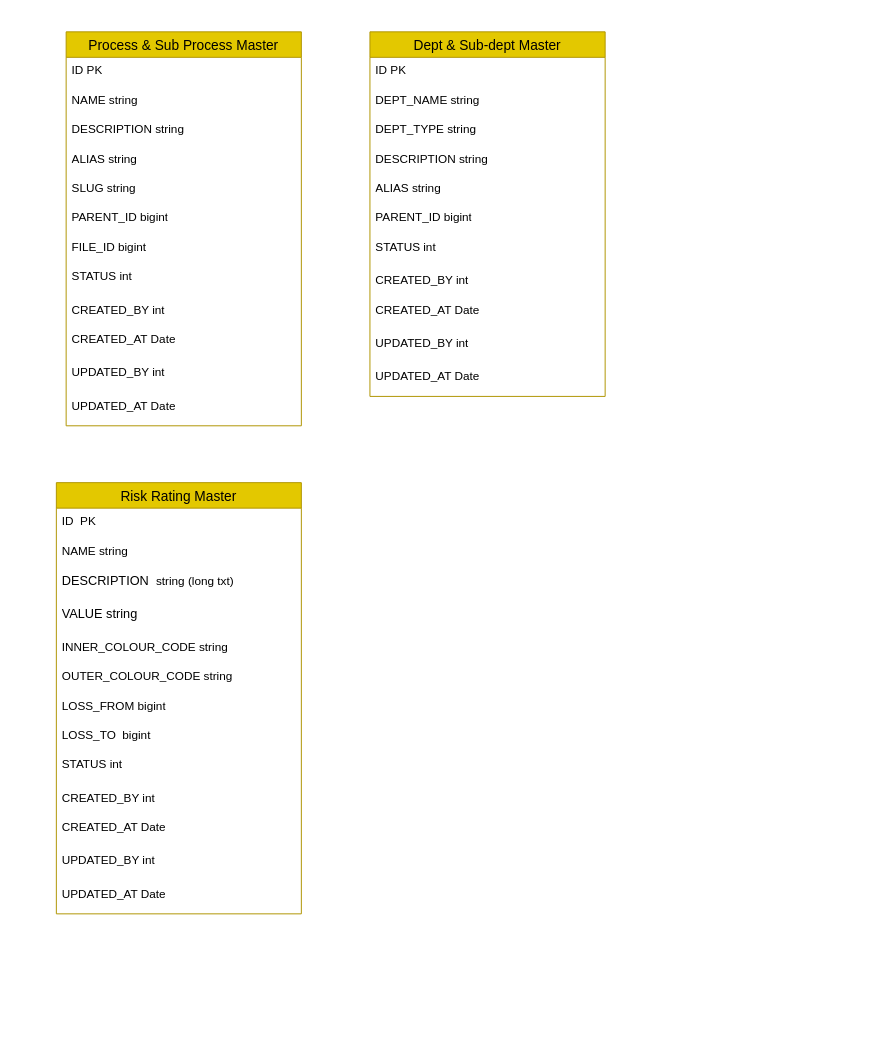
AvikM1996/draw.io keeps this draw.io diagram as ER Diagram.drawio. Above is the earlier version. Source tidied: cells renumbered, new cells numbered last; positions are measured from the earlier drawing's top-left corner, leaving out a move shared by most shapes. Both pictures are drawn from the tidied source at 98%, with x=0, y=0 at pixel (56, 31).
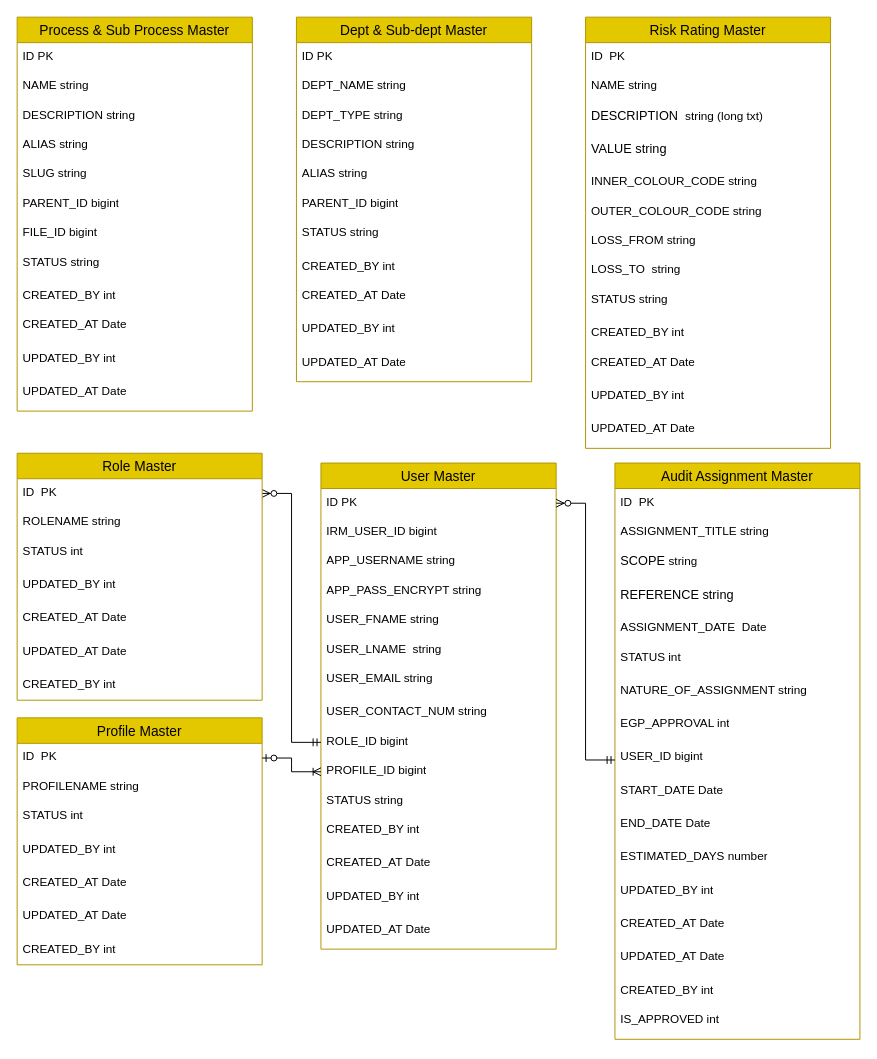
The same diagram, later.

The edit, as a diff of the source:
```diff
@@
     <mxCell id="2" value="Process &amp; Sub Process Master" style="swimlane;fontStyle=0;horizontal=1;startSize=26;align=center;fontSize=14;fillColor=#e3c800;strokeColor=#B09500;fontColor=#000000;" parent="1" vertex="1">
-      <mxGeometry x="10" width="240" height="402" as="geometry" />
+      <mxGeometry x="-40" y="-15" width="240" height="402" as="geometry" />
     </mxCell>
@@
-    <mxCell id="10" value="STATUS int" style="text;strokeColor=none;fillColor=none;spacingLeft=4;spacingRight=4;overflow=hidden;fontSize=12;whiteSpace=wrap;html=1;" parent="2" vertex="1">
+    <mxCell id="10" value="STATUS string" style="text;strokeColor=none;fillColor=none;spacingLeft=4;spacingRight=4;overflow=hidden;fontSize=12;whiteSpace=wrap;html=1;" parent="2" vertex="1">
       <mxGeometry y="236" width="240" height="34" as="geometry" />
     </mxCell>
@@
     <mxCell id="15" value="Dept &amp; Sub-dept Master" style="swimlane;fontStyle=0;horizontal=1;startSize=26;align=center;fontSize=14;fillColor=#e3c800;strokeColor=#B09500;fontColor=#000000;" parent="1" vertex="1">
-      <mxGeometry x="320" width="240" height="372" as="geometry" />
+      <mxGeometry x="245" y="-15" width="240" height="372" as="geometry" />
     </mxCell>
@@
-    <mxCell id="22" value="STATUS int" style="text;strokeColor=none;fillColor=none;spacingLeft=4;spacingRight=4;overflow=hidden;fontSize=12;whiteSpace=wrap;html=1;" parent="15" vertex="1">
+    <mxCell id="22" value="STATUS string" style="text;strokeColor=none;fillColor=none;spacingLeft=4;spacingRight=4;overflow=hidden;fontSize=12;whiteSpace=wrap;html=1;" parent="15" vertex="1">
       <mxGeometry y="206" width="240" height="34" as="geometry" />
     </mxCell>
@@
     <mxCell id="27" value="Risk Rating Master" style="swimlane;fontStyle=0;horizontal=1;startSize=26;align=center;fontSize=14;fillColor=#e3c800;strokeColor=#B09500;fontColor=#000000;" parent="1" vertex="1">
-      <mxGeometry y="460" width="250" height="440" as="geometry" />
+      <mxGeometry x="540" y="-15" width="250" height="440" as="geometry" />
     </mxCell>
@@
-    <mxCell id="34" value="LOSS_FROM bigint" style="text;strokeColor=none;fillColor=none;spacingLeft=4;spacingRight=4;overflow=hidden;fontSize=12;whiteSpace=wrap;html=1;" parent="27" vertex="1">
+    <mxCell id="34" value="LOSS_FROM string" style="text;strokeColor=none;fillColor=none;spacingLeft=4;spacingRight=4;overflow=hidden;fontSize=12;whiteSpace=wrap;html=1;" parent="27" vertex="1">
       <mxGeometry y="214" width="250" height="30" as="geometry" />
     </mxCell>
-    <mxCell id="35" value="&lt;font face=&quot;monospace&quot; color=&quot;rgba(0, 0, 0, 0)&quot;&gt;&lt;span style=&quot;font-size: 0px; text-wrap: nowrap;&quot;&gt;LOSS_TO&lt;/span&gt;&lt;/font&gt;LOSS_TO&amp;nbsp; bigint" style="text;strokeColor=none;fillColor=none;spacingLeft=4;spacingRight=4;overflow=hidden;fontSize=12;whiteSpace=wrap;html=1;" parent="27" vertex="1">
+    <mxCell id="35" value="&lt;font face=&quot;monospace&quot; color=&quot;rgba(0, 0, 0, 0)&quot;&gt;&lt;span style=&quot;font-size: 0px; text-wrap: nowrap;&quot;&gt;LOSS_TO&lt;/span&gt;&lt;/font&gt;LOSS_TO&amp;nbsp; string" style="text;strokeColor=none;fillColor=none;spacingLeft=4;spacingRight=4;overflow=hidden;fontSize=12;whiteSpace=wrap;html=1;" parent="27" vertex="1">
       <mxGeometry y="244" width="250" height="30" as="geometry" />
     </mxCell>
-    <mxCell id="36" value="STATUS int" style="text;strokeColor=none;fillColor=none;spacingLeft=4;spacingRight=4;overflow=hidden;fontSize=12;whiteSpace=wrap;html=1;" parent="27" vertex="1">
+    <mxCell id="36" value="STATUS string" style="text;strokeColor=none;fillColor=none;spacingLeft=4;spacingRight=4;overflow=hidden;fontSize=12;whiteSpace=wrap;html=1;" parent="27" vertex="1">
       <mxGeometry y="274" width="250" height="34" as="geometry" />
     </mxCell>
@@
+    <mxCell id="41" value="Audit Assignment Master" style="swimlane;fontStyle=0;horizontal=1;startSize=26;align=center;fontSize=14;fillColor=#e3c800;strokeColor=#B09500;fontColor=#000000;" parent="1" vertex="1">
+      <mxGeometry x="570" y="440" width="250" height="588" as="geometry" />
+    </mxCell>
+    <mxCell id="42" value="ID&amp;nbsp; PK" style="text;strokeColor=none;fillColor=none;spacingLeft=4;spacingRight=4;overflow=hidden;fontSize=12;whiteSpace=wrap;html=1;" parent="41" vertex="1">
+      <mxGeometry y="26" width="250" height="30" as="geometry" />
+    </mxCell>
+    <mxCell id="43" value="ASSIGNMENT_TITLE string" style="text;strokeColor=none;fillColor=none;spacingLeft=4;spacingRight=4;overflow=hidden;fontSize=12;whiteSpace=wrap;html=1;" parent="41" vertex="1">
+      <mxGeometry y="56" width="250" height="30" as="geometry" />
+    </mxCell>
+    <mxCell id="44" value="&lt;font style=&quot;&quot; size=&quot;2&quot; face=&quot;Nunito Sans, sans-serif&quot;&gt;SCOPE&amp;nbsp;&lt;/font&gt;string" style="text;strokeColor=none;fillColor=none;spacingLeft=4;spacingRight=4;overflow=hidden;fontSize=12;whiteSpace=wrap;html=1;" parent="41" vertex="1">
+      <mxGeometry y="86" width="250" height="34" as="geometry" />
+    </mxCell>
+    <mxCell id="45" value="&lt;font style=&quot;&quot; size=&quot;2&quot; face=&quot;Nunito Sans, sans-serif&quot;&gt;REFERENCE string&lt;/font&gt;" style="text;strokeColor=none;fillColor=none;spacingLeft=4;spacingRight=4;overflow=hidden;fontSize=12;whiteSpace=wrap;html=1;" parent="41" vertex="1">
+      <mxGeometry y="120" width="250" height="34" as="geometry" />
+    </mxCell>
+    <mxCell id="46" value="ASSIGNMENT_DATE&amp;nbsp; Date" style="text;strokeColor=none;fillColor=none;spacingLeft=4;spacingRight=4;overflow=hidden;fontSize=12;whiteSpace=wrap;html=1;" parent="41" vertex="1">
+      <mxGeometry y="154" width="250" height="30" as="geometry" />
+    </mxCell>
+    <mxCell id="47" value="STATUS int" style="text;strokeColor=none;fillColor=none;spacingLeft=4;spacingRight=4;overflow=hidden;fontSize=12;whiteSpace=wrap;html=1;" parent="41" vertex="1">
+      <mxGeometry y="184" width="250" height="34" as="geometry" />
+    </mxCell>
+    <mxCell id="48" value="NATURE_OF_ASSIGNMENT string" style="text;strokeColor=none;fillColor=none;spacingLeft=4;spacingRight=4;overflow=hidden;fontSize=12;whiteSpace=wrap;html=1;" parent="41" vertex="1">
+      <mxGeometry y="218" width="250" height="34" as="geometry" />
+    </mxCell>
+    <mxCell id="49" value="EGP_APPROVAL int" style="text;strokeColor=none;fillColor=none;spacingLeft=4;spacingRight=4;overflow=hidden;fontSize=12;whiteSpace=wrap;html=1;" parent="41" vertex="1">
+      <mxGeometry y="252" width="250" height="34" as="geometry" />
+    </mxCell>
+    <mxCell id="50" value="USER_ID bigint" style="text;strokeColor=none;fillColor=none;spacingLeft=4;spacingRight=4;overflow=hidden;points=[[0,0.5],[1,0.5]];portConstraint=eastwest;fontSize=12;whiteSpace=wrap;html=1;" parent="41" vertex="1">
+      <mxGeometry y="286" width="250" height="34" as="geometry" />
+    </mxCell>
+    <mxCell id="51" value="START_DATE Date" style="text;strokeColor=none;fillColor=none;spacingLeft=4;spacingRight=4;overflow=hidden;fontSize=12;whiteSpace=wrap;html=1;" parent="41" vertex="1">
+      <mxGeometry y="320" width="250" height="34" as="geometry" />
+    </mxCell>
+    <mxCell id="52" value="END_DATE Date" style="text;strokeColor=none;fillColor=none;spacingLeft=4;spacingRight=4;overflow=hidden;fontSize=12;whiteSpace=wrap;html=1;" parent="41" vertex="1">
+      <mxGeometry y="354" width="250" height="34" as="geometry" />
+    </mxCell>
+    <mxCell id="53" value="ESTIMATED_DAYS number" style="text;strokeColor=none;fillColor=none;spacingLeft=4;spacingRight=4;overflow=hidden;fontSize=12;whiteSpace=wrap;html=1;" parent="41" vertex="1">
+      <mxGeometry y="388" width="250" height="34" as="geometry" />
+    </mxCell>
+    <mxCell id="54" value="UPDATED_BY int" style="text;strokeColor=none;fillColor=none;spacingLeft=4;spacingRight=4;overflow=hidden;fontSize=12;whiteSpace=wrap;html=1;" parent="41" vertex="1">
+      <mxGeometry y="422" width="250" height="34" as="geometry" />
+    </mxCell>
+    <mxCell id="55" value="CREATED_AT Date" style="text;strokeColor=none;fillColor=none;spacingLeft=4;spacingRight=4;overflow=hidden;fontSize=12;whiteSpace=wrap;html=1;" parent="41" vertex="1">
+      <mxGeometry y="456" width="250" height="34" as="geometry" />
+    </mxCell>
+    <mxCell id="56" value="UPDATED_AT Date" style="text;strokeColor=none;fillColor=none;spacingLeft=4;spacingRight=4;overflow=hidden;fontSize=12;whiteSpace=wrap;html=1;" parent="41" vertex="1">
+      <mxGeometry y="490" width="250" height="34" as="geometry" />
+    </mxCell>
+    <mxCell id="57" value="CREATED_BY int" style="text;strokeColor=none;fillColor=none;spacingLeft=4;spacingRight=4;overflow=hidden;fontSize=12;whiteSpace=wrap;html=1;" parent="41" vertex="1">
+      <mxGeometry y="524" width="250" height="30" as="geometry" />
+    </mxCell>
+    <mxCell id="58" value="IS_APPROVED int" style="text;strokeColor=none;fillColor=none;spacingLeft=4;spacingRight=4;overflow=hidden;fontSize=12;whiteSpace=wrap;html=1;" parent="41" vertex="1">
+      <mxGeometry y="554" width="250" height="34" as="geometry" />
+    </mxCell>
+    <mxCell id="59" value="User Master" style="swimlane;fontStyle=0;horizontal=1;startSize=26;align=center;fontSize=14;fillColor=#e3c800;strokeColor=#B09500;fontColor=#000000;" parent="1" vertex="1">
+      <mxGeometry x="270" y="440" width="240" height="496" as="geometry" />
+    </mxCell>
+    <mxCell id="60" value="ID PK" style="text;strokeColor=none;fillColor=none;spacingLeft=4;spacingRight=4;overflow=hidden;points=[[0,0.5],[1,0.5]];portConstraint=eastwest;fontSize=12;whiteSpace=wrap;html=1;" parent="59" vertex="1">
+      <mxGeometry y="26" width="240" height="30" as="geometry" />
+    </mxCell>
+    <mxCell id="61" value="IRM_USER_ID bigint" style="text;strokeColor=none;fillColor=none;spacingLeft=4;spacingRight=4;overflow=hidden;fontSize=12;whiteSpace=wrap;html=1;" parent="59" vertex="1">
+      <mxGeometry y="56" width="240" height="30" as="geometry" />
+    </mxCell>
+    <mxCell id="62" value="APP_USERNAME string" style="text;strokeColor=none;fillColor=none;spacingLeft=4;spacingRight=4;overflow=hidden;fontSize=12;whiteSpace=wrap;html=1;" parent="59" vertex="1">
+      <mxGeometry y="86" width="240" height="30" as="geometry" />
+    </mxCell>
+    <mxCell id="63" value="APP_PASS_ENCRYPT string" style="text;strokeColor=none;fillColor=none;spacingLeft=4;spacingRight=4;overflow=hidden;fontSize=12;whiteSpace=wrap;html=1;" parent="59" vertex="1">
+      <mxGeometry y="116" width="240" height="30" as="geometry" />
+    </mxCell>
+    <mxCell id="64" value="USER_FNAME string" style="text;strokeColor=none;fillColor=none;spacingLeft=4;spacingRight=4;overflow=hidden;fontSize=12;whiteSpace=wrap;html=1;" parent="59" vertex="1">
+      <mxGeometry y="146" width="240" height="30" as="geometry" />
+    </mxCell>
+    <mxCell id="65" value="USER_LNAME&amp;nbsp; string" style="text;strokeColor=none;fillColor=none;spacingLeft=4;spacingRight=4;overflow=hidden;fontSize=12;whiteSpace=wrap;html=1;" parent="59" vertex="1">
+      <mxGeometry y="176" width="240" height="30" as="geometry" />
+    </mxCell>
+    <mxCell id="66" value="USER_EMAIL string" style="text;strokeColor=none;fillColor=none;spacingLeft=4;spacingRight=4;overflow=hidden;fontSize=12;whiteSpace=wrap;html=1;" parent="59" vertex="1">
+      <mxGeometry y="206" width="240" height="34" as="geometry" />
+    </mxCell>
+    <mxCell id="67" value="USER_CONTACT_NUM string" style="text;strokeColor=none;fillColor=none;spacingLeft=4;spacingRight=4;overflow=hidden;fontSize=12;whiteSpace=wrap;html=1;" parent="59" vertex="1">
+      <mxGeometry y="240" width="240" height="30" as="geometry" />
+    </mxCell>
+    <mxCell id="68" value="ROLE_ID bigint" style="text;strokeColor=none;fillColor=none;spacingLeft=4;spacingRight=4;overflow=hidden;points=[[0,0.5],[1,0.5]];portConstraint=eastwest;fontSize=12;whiteSpace=wrap;html=1;" parent="59" vertex="1">
+      <mxGeometry y="270" width="240" height="30" as="geometry" />
+    </mxCell>
+    <mxCell id="69" value="PROFILE_ID bigint" style="text;strokeColor=none;fillColor=none;spacingLeft=4;spacingRight=4;overflow=hidden;points=[[0,0.5],[1,0.5]];portConstraint=eastwest;fontSize=12;whiteSpace=wrap;html=1;" parent="59" vertex="1">
+      <mxGeometry y="300" width="240" height="30" as="geometry" />
+    </mxCell>
+    <mxCell id="70" value="STATUS string" style="text;strokeColor=none;fillColor=none;spacingLeft=4;spacingRight=4;overflow=hidden;fontSize=12;whiteSpace=wrap;html=1;" parent="59" vertex="1">
+      <mxGeometry y="330" width="240" height="30" as="geometry" />
+    </mxCell>
+    <mxCell id="71" value="CREATED_BY int" style="text;strokeColor=none;fillColor=none;spacingLeft=4;spacingRight=4;overflow=hidden;fontSize=12;whiteSpace=wrap;html=1;" parent="59" vertex="1">
+      <mxGeometry y="360" width="240" height="34" as="geometry" />
+    </mxCell>
+    <mxCell id="72" value="CREATED_AT Date" style="text;strokeColor=none;fillColor=none;spacingLeft=4;spacingRight=4;overflow=hidden;fontSize=12;whiteSpace=wrap;html=1;" parent="59" vertex="1">
+      <mxGeometry y="394" width="240" height="34" as="geometry" />
+    </mxCell>
+    <mxCell id="73" value="UPDATED_BY int" style="text;strokeColor=none;fillColor=none;spacingLeft=4;spacingRight=4;overflow=hidden;fontSize=12;whiteSpace=wrap;html=1;" parent="59" vertex="1">
+      <mxGeometry y="428" width="240" height="34" as="geometry" />
+    </mxCell>
+    <mxCell id="74" value="UPDATED_AT Date" style="text;strokeColor=none;fillColor=none;spacingLeft=4;spacingRight=4;overflow=hidden;fontSize=12;whiteSpace=wrap;html=1;" parent="59" vertex="1">
+      <mxGeometry y="462" width="240" height="34" as="geometry" />
+    </mxCell>
+    <mxCell id="75" value="Profile Master" style="swimlane;fontStyle=0;horizontal=1;startSize=26;align=center;fontSize=14;fillColor=#e3c800;strokeColor=#B09500;fontColor=#000000;" parent="1" vertex="1">
+      <mxGeometry x="-40" y="700" width="250" height="252" as="geometry" />
+    </mxCell>
+    <mxCell id="76" value="ID&amp;nbsp; PK" style="text;strokeColor=none;fillColor=none;spacingLeft=4;spacingRight=4;overflow=hidden;points=[[0,0.5],[1,0.5]];portConstraint=eastwest;fontSize=12;whiteSpace=wrap;html=1;" parent="75" vertex="1">
+      <mxGeometry y="26" width="250" height="30" as="geometry" />
+    </mxCell>
+    <mxCell id="77" value="PROFILENAME string" style="text;strokeColor=none;fillColor=none;spacingLeft=4;spacingRight=4;overflow=hidden;fontSize=12;whiteSpace=wrap;html=1;" parent="75" vertex="1">
+      <mxGeometry y="56" width="250" height="30" as="geometry" />
+    </mxCell>
+    <mxCell id="78" value="STATUS int" style="text;strokeColor=none;fillColor=none;spacingLeft=4;spacingRight=4;overflow=hidden;fontSize=12;whiteSpace=wrap;html=1;" parent="75" vertex="1">
+      <mxGeometry y="86" width="250" height="34" as="geometry" />
+    </mxCell>
+    <mxCell id="79" value="UPDATED_BY int" style="text;strokeColor=none;fillColor=none;spacingLeft=4;spacingRight=4;overflow=hidden;fontSize=12;whiteSpace=wrap;html=1;" parent="75" vertex="1">
+      <mxGeometry y="120" width="250" height="34" as="geometry" />
+    </mxCell>
+    <mxCell id="80" value="CREATED_AT Date" style="text;strokeColor=none;fillColor=none;spacingLeft=4;spacingRight=4;overflow=hidden;fontSize=12;whiteSpace=wrap;html=1;" parent="75" vertex="1">
+      <mxGeometry y="154" width="250" height="34" as="geometry" />
+    </mxCell>
+    <mxCell id="81" value="UPDATED_AT Date" style="text;strokeColor=none;fillColor=none;spacingLeft=4;spacingRight=4;overflow=hidden;fontSize=12;whiteSpace=wrap;html=1;" parent="75" vertex="1">
+      <mxGeometry y="188" width="250" height="34" as="geometry" />
+    </mxCell>
+    <mxCell id="82" value="CREATED_BY int" style="text;strokeColor=none;fillColor=none;spacingLeft=4;spacingRight=4;overflow=hidden;fontSize=12;whiteSpace=wrap;html=1;" parent="75" vertex="1">
+      <mxGeometry y="222" width="250" height="30" as="geometry" />
+    </mxCell>
+    <mxCell id="83" style="edgeStyle=entityRelationEdgeStyle;fontSize=12;html=1;endArrow=ERzeroToMany;startArrow=ERmandOne;rounded=0;exitX=0;exitY=0.5;exitDx=0;exitDy=0;entryX=1;entryY=0.5;entryDx=0;entryDy=0;" parent="1" edge="1" source="68" target="87">
+      <mxGeometry relative="1" as="geometry" />
+    </mxCell>
+    <mxCell id="84" style="edgeStyle=entityRelationEdgeStyle;fontSize=12;html=1;endArrow=ERzeroToMany;startArrow=ERmandOne;rounded=0;exitX=0;exitY=0.5;exitDx=0;exitDy=0;entryX=1;entryY=0.5;entryDx=0;entryDy=0;" parent="1" edge="1" source="50" target="60">
+      <mxGeometry relative="1" as="geometry" />
+    </mxCell>
+    <mxCell id="85" style="edgeStyle=entityRelationEdgeStyle;fontSize=12;html=1;endArrow=ERoneToMany;startArrow=ERzeroToOne;rounded=0;exitX=1;exitY=0.5;exitDx=0;exitDy=0;entryX=0;entryY=0.5;entryDx=0;entryDy=0;" parent="1" edge="1" source="76" target="69">
+      <mxGeometry relative="1" as="geometry" />
+    </mxCell>
+    <mxCell id="86" value="Role Master" style="swimlane;fontStyle=0;horizontal=1;startSize=26;align=center;fontSize=14;fillColor=#e3c800;strokeColor=#B09500;fontColor=#000000;" parent="1" vertex="1">
+      <mxGeometry x="-40" y="430" width="250" height="252" as="geometry" />
+    </mxCell>
+    <mxCell id="87" value="ID&amp;nbsp; PK" style="text;strokeColor=none;fillColor=none;spacingLeft=4;spacingRight=4;overflow=hidden;points=[[0,0.5],[1,0.5]];portConstraint=eastwest;fontSize=12;whiteSpace=wrap;html=1;" parent="86" vertex="1">
+      <mxGeometry y="26" width="250" height="30" as="geometry" />
+    </mxCell>
+    <mxCell id="88" value="ROLENAME string" style="text;strokeColor=none;fillColor=none;spacingLeft=4;spacingRight=4;overflow=hidden;fontSize=12;whiteSpace=wrap;html=1;" parent="86" vertex="1">
+      <mxGeometry y="56" width="250" height="30" as="geometry" />
+    </mxCell>
+    <mxCell id="89" value="STATUS int" style="text;strokeColor=none;fillColor=none;spacingLeft=4;spacingRight=4;overflow=hidden;fontSize=12;whiteSpace=wrap;html=1;" parent="86" vertex="1">
+      <mxGeometry y="86" width="250" height="34" as="geometry" />
+    </mxCell>
+    <mxCell id="90" value="UPDATED_BY int" style="text;strokeColor=none;fillColor=none;spacingLeft=4;spacingRight=4;overflow=hidden;fontSize=12;whiteSpace=wrap;html=1;" parent="86" vertex="1">
+      <mxGeometry y="120" width="250" height="34" as="geometry" />
+    </mxCell>
+    <mxCell id="91" value="CREATED_AT Date" style="text;strokeColor=none;fillColor=none;spacingLeft=4;spacingRight=4;overflow=hidden;fontSize=12;whiteSpace=wrap;html=1;" parent="86" vertex="1">
+      <mxGeometry y="154" width="250" height="34" as="geometry" />
+    </mxCell>
+    <mxCell id="92" value="UPDATED_AT Date" style="text;strokeColor=none;fillColor=none;spacingLeft=4;spacingRight=4;overflow=hidden;fontSize=12;whiteSpace=wrap;html=1;" parent="86" vertex="1">
+      <mxGeometry y="188" width="250" height="34" as="geometry" />
+    </mxCell>
+    <mxCell id="93" value="CREATED_BY int" style="text;strokeColor=none;fillColor=none;spacingLeft=4;spacingRight=4;overflow=hidden;fontSize=12;whiteSpace=wrap;html=1;" parent="86" vertex="1">
+      <mxGeometry y="222" width="250" height="30" as="geometry" />
+    </mxCell>
```
